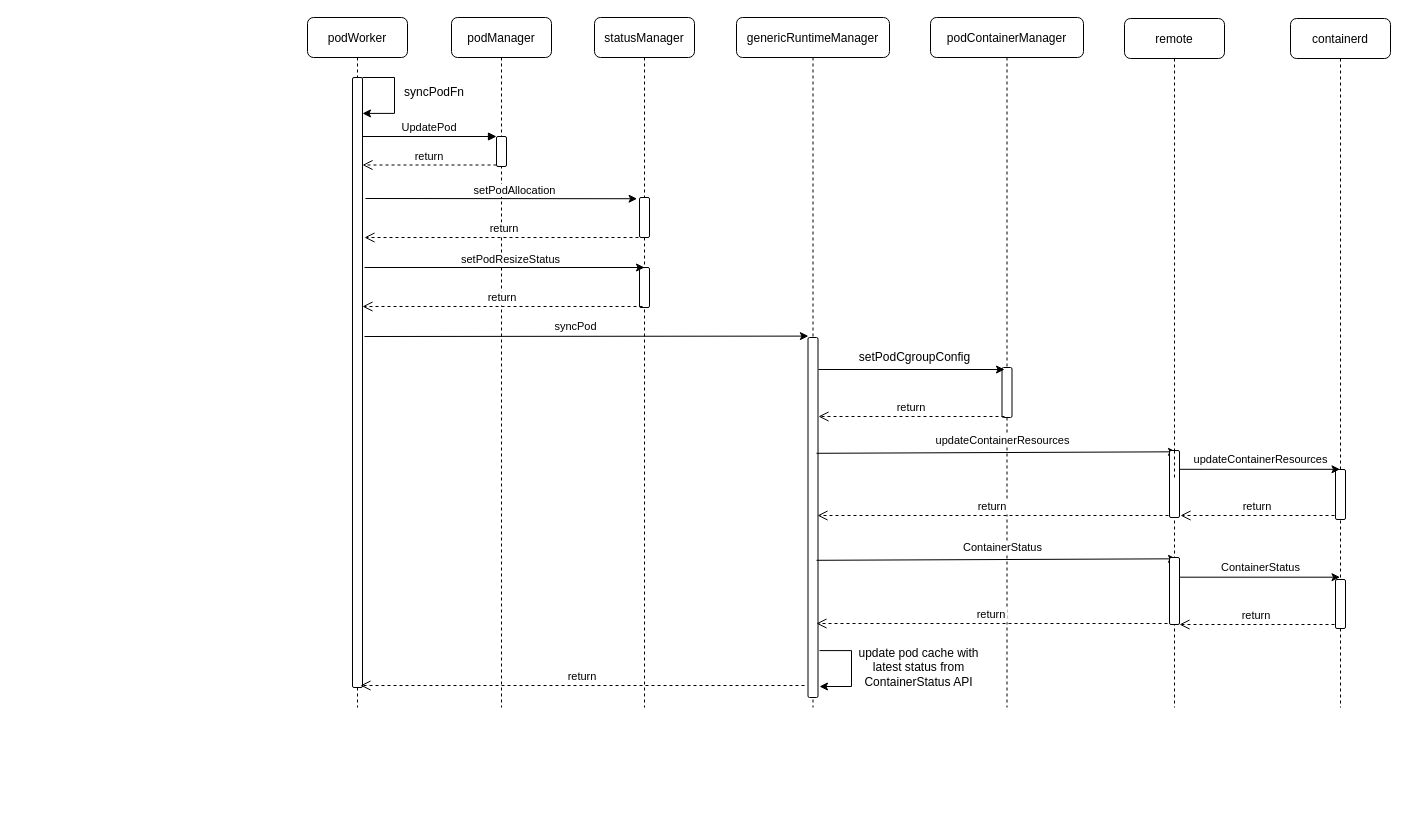
The draw.io diagram page "increase memory" (1 of 2) of worklog/Untitled Diagram.drawio in ichbinblau/OTC_Work_Log, before the edit. Source tidied: cells renumbered, new cells numbered last; positions are measured from the earlier drawing's top-left corner, leaving out a move shared by most shapes. Both pictures are drawn from the tidied source at 100%, with x=0, y=0 at pixel (307, 17).
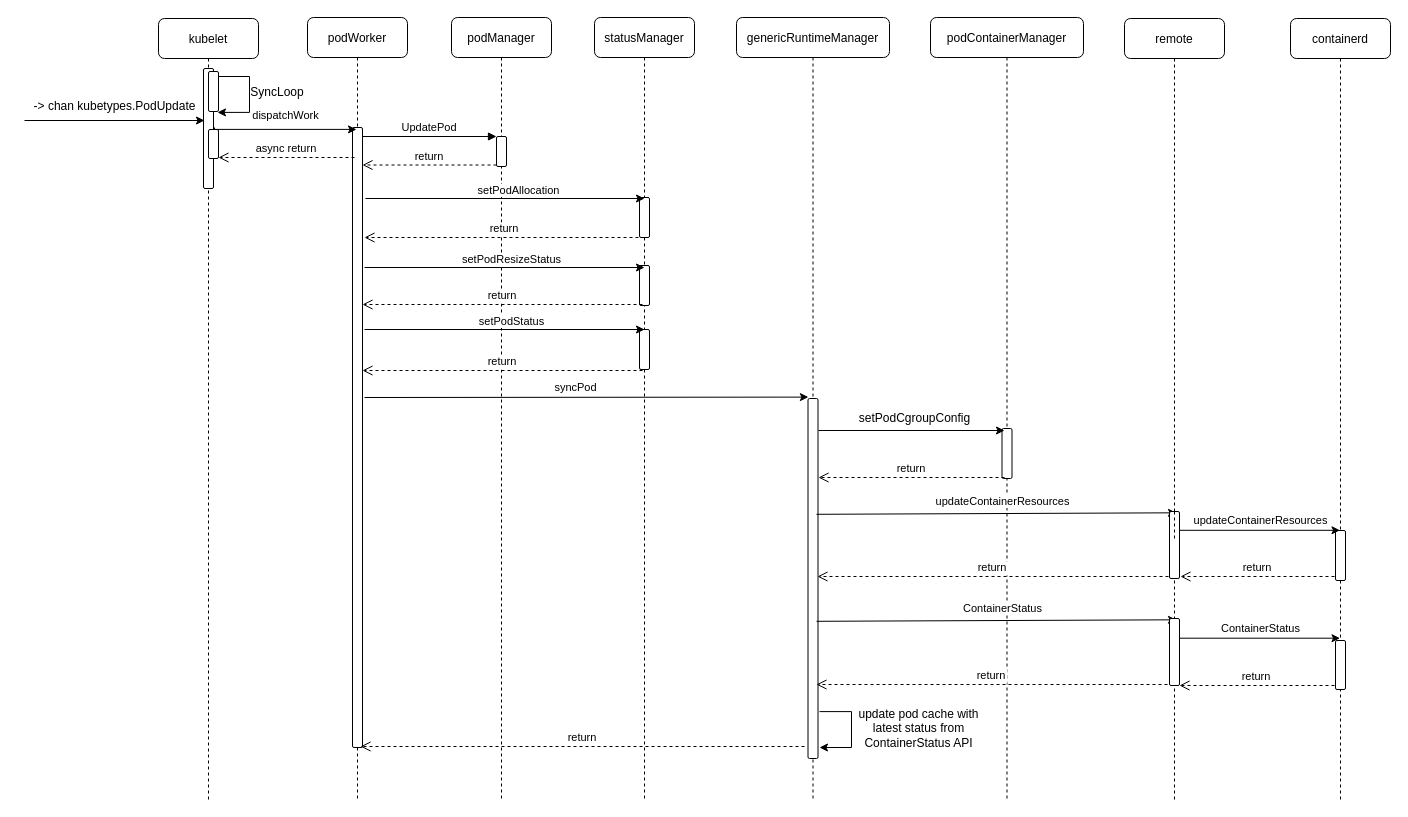
The same page after the edit.

The change refers to these unchanged cells:
```xml
<mxCell id="10" style="points=[];perimeter=orthogonalPerimeter;shadow=0;strokeWidth=1;rounded=1;" parent="9" vertex="1">
  <mxGeometry x="45" y="180" width="10" height="40" as="geometry" />
</mxCell>
```

The edit, as a diff of the source:
```diff
@@
     <mxCell id="2" value="podWorker" style="shape=umlLifeline;perimeter=lifelinePerimeter;shadow=0;strokeWidth=1;rounded=1;" parent="1" vertex="1">
-      <mxGeometry width="100" height="690" as="geometry" />
+      <mxGeometry width="100" height="782" as="geometry" />
     </mxCell>
     <mxCell id="3" style="perimeter=orthogonalPerimeter;shadow=0;strokeWidth=1;rounded=1;" parent="2" vertex="1">
-      <mxGeometry x="45" y="60" width="10" height="610" as="geometry" />
+      <mxGeometry x="45" y="110" width="10" height="620" as="geometry" />
     </mxCell>
-    <mxCell id="4" style="endArrow=classic;html=1;rounded=0;edgeStyle=orthogonalEdgeStyle;exitX=1.45;exitY=0.796;exitDx=0;exitDy=0;exitPerimeter=0;entryX=1.45;entryY=0.927;entryDx=0;entryDy=0;entryPerimeter=0;" parent="2" edge="1">
-      <mxGeometry relative="1" as="geometry">
-        <mxPoint x="55" y="60" as="sourcePoint" />
-        <mxPoint x="55" y="95.9" as="targetPoint" />
-        <Array as="points">
-          <mxPoint x="87" y="59.9" />
-          <mxPoint x="87" y="95.9" />
-        </Array>
-      </mxGeometry>
-    </mxCell>
+    <mxCell id="50" value="async return" style="verticalAlign=bottom;endArrow=open;dashed=1;endSize=8;shadow=0;strokeWidth=1;" parent="2" edge="1">
+      <mxGeometry relative="1" as="geometry">
+        <mxPoint x="47" y="140" as="sourcePoint" />
+        <mxPoint x="-89" y="140" as="targetPoint" />
+      </mxGeometry>
+    </mxCell>
     <mxCell id="5" value="podManager" style="shape=umlLifeline;perimeter=lifelinePerimeter;shadow=0;strokeWidth=1;rounded=1;" parent="1" vertex="1">
-      <mxGeometry x="144" width="100" height="690" as="geometry" />
+      <mxGeometry x="144" width="100" height="782" as="geometry" />
     </mxCell>
@@
     <mxCell id="9" value="statusManager" style="shape=umlLifeline;perimeter=lifelinePerimeter;shadow=0;strokeWidth=1;rounded=1;" parent="1" vertex="1">
-      <mxGeometry x="287" width="100" height="690" as="geometry" />
+      <mxGeometry x="287" width="100" height="782" as="geometry" />
     </mxCell>
@@
     <mxCell id="11" style="perimeter=orthogonalPerimeter;shadow=0;strokeWidth=1;rounded=1;" parent="9" vertex="1">
-      <mxGeometry x="45" y="250" width="10" height="40" as="geometry" />
+      <mxGeometry x="45" y="248" width="10" height="40" as="geometry" />
     </mxCell>
     <mxCell id="12" value="return" style="verticalAlign=bottom;endArrow=open;dashed=1;endSize=8;shadow=0;strokeWidth=1;" parent="9" edge="1">
       <mxGeometry relative="1" as="geometry">
-        <mxPoint x="48" y="289" as="sourcePoint" />
-        <mxPoint x="-232" y="289" as="targetPoint" />
+        <mxPoint x="48" y="287" as="sourcePoint" />
+        <mxPoint x="-232" y="287" as="targetPoint" />
       </mxGeometry>
     </mxCell>
     <mxCell id="13" value="return" style="verticalAlign=bottom;endArrow=open;dashed=1;endSize=8;shadow=0;strokeWidth=1;" parent="9" edge="1">
       <mxGeometry relative="1" as="geometry">
-        <mxPoint x="210" y="668" as="sourcePoint" />
-        <mxPoint x="-234" y="668" as="targetPoint" />
+        <mxPoint x="210" y="729" as="sourcePoint" />
+        <mxPoint x="-234" y="729" as="targetPoint" />
       </mxGeometry>
     </mxCell>
+    <mxCell id="51" style="perimeter=orthogonalPerimeter;shadow=0;strokeWidth=1;rounded=1;" parent="9" vertex="1">
+      <mxGeometry x="45" y="312" width="10" height="40" as="geometry" />
+    </mxCell>
+    <mxCell id="52" value="return" style="verticalAlign=bottom;endArrow=open;dashed=1;endSize=8;shadow=0;strokeWidth=1;" parent="9" edge="1">
+      <mxGeometry relative="1" as="geometry">
+        <mxPoint x="48" y="353" as="sourcePoint" />
+        <mxPoint x="-232" y="353" as="targetPoint" />
+      </mxGeometry>
+    </mxCell>
+    <mxCell id="53" style="endArrow=classic;html=1;" parent="9" edge="1">
+      <mxGeometry relative="1" as="geometry">
+        <mxPoint x="-230" y="312" as="sourcePoint" />
+        <mxPoint x="50" y="312" as="targetPoint" />
+      </mxGeometry>
+    </mxCell>
+    <mxCell id="54" value="setPodStatus" style="edgeLabel;html=1;align=center;verticalAlign=middle;rounded=1;" parent="53" vertex="1">
+      <mxGeometry x="0.09" y="1" relative="1" as="geometry">
+        <mxPoint x="-7" y="-8" as="offset" />
+      </mxGeometry>
+    </mxCell>
-    <mxCell id="14" style="endArrow=classic;html=1;entryX=-0.24;entryY=0.031;entryDx=0;entryDy=0;entryPerimeter=0;" parent="1" edge="1" target="10">
+    <mxCell id="14" style="endArrow=classic;html=1;" parent="1" edge="1">
       <mxGeometry relative="1" as="geometry">
         <mxPoint x="58" y="181" as="sourcePoint" />
+        <mxPoint x="337" y="181" as="targetPoint" />
       </mxGeometry>
     </mxCell>
@@
     <mxCell id="16" value="genericRuntimeManager" style="shape=umlLifeline;perimeter=lifelinePerimeter;shadow=0;strokeWidth=1;rounded=1;" parent="1" vertex="1">
-      <mxGeometry x="429" width="153" height="690" as="geometry" />
+      <mxGeometry x="429" width="153" height="782" as="geometry" />
     </mxCell>
     <mxCell id="17" style="perimeter=orthogonalPerimeter;shadow=0;strokeWidth=1;rounded=1;" parent="16" vertex="1">
-      <mxGeometry x="71.5" y="320" width="10" height="360" as="geometry" />
+      <mxGeometry x="71.5" y="381" width="10" height="360" as="geometry" />
     </mxCell>
     <mxCell id="18" style="endArrow=classic;html=1;rounded=0;edgeStyle=orthogonalEdgeStyle;exitX=1.45;exitY=0.796;exitDx=0;exitDy=0;exitPerimeter=0;entryX=1.45;entryY=0.927;entryDx=0;entryDy=0;entryPerimeter=0;" parent="16" edge="1">
       <mxGeometry relative="1" as="geometry">
-        <mxPoint x="83" y="633.1" as="sourcePoint" />
-        <mxPoint x="83" y="669" as="targetPoint" />
+        <mxPoint x="83" y="694.1" as="sourcePoint" />
+        <mxPoint x="83" y="730" as="targetPoint" />
         <Array as="points">
-          <mxPoint x="115" y="633" />
-          <mxPoint x="115" y="669" />
+          <mxPoint x="115" y="694" />
+          <mxPoint x="115" y="730" />
         </Array>
       </mxGeometry>
     </mxCell>
@@
     <mxCell id="20" style="endArrow=classic;html=1;entryX=0.47;entryY=0.58;entryDx=0;entryDy=0;entryPerimeter=0;" parent="1" edge="1">
       <mxGeometry relative="1" as="geometry">
-        <mxPoint x="57" y="319" as="sourcePoint" />
-        <mxPoint x="500.9" y="318.6" as="targetPoint" />
+        <mxPoint x="57" y="380" as="sourcePoint" />
+        <mxPoint x="500.9" y="379.6" as="targetPoint" />
       </mxGeometry>
     </mxCell>
@@
     <mxCell id="22" value="podContainerManager" style="shape=umlLifeline;perimeter=lifelinePerimeter;shadow=0;strokeWidth=1;rounded=1;" parent="1" vertex="1">
-      <mxGeometry x="623" width="153" height="690" as="geometry" />
+      <mxGeometry x="623" width="153" height="782" as="geometry" />
     </mxCell>
     <mxCell id="23" style="perimeter=orthogonalPerimeter;shadow=0;strokeWidth=1;rounded=1;" parent="22" vertex="1">
-      <mxGeometry x="71.5" y="350" width="10" height="50" as="geometry" />
+      <mxGeometry x="71.5" y="411" width="10" height="50" as="geometry" />
     </mxCell>
     <mxCell id="24" value="return" style="verticalAlign=bottom;endArrow=open;dashed=1;endSize=8;shadow=0;strokeWidth=1;" parent="22" edge="1">
       <mxGeometry relative="1" as="geometry">
-        <mxPoint x="74" y="399" as="sourcePoint" />
-        <mxPoint x="-112" y="399" as="targetPoint" />
+        <mxPoint x="74" y="460" as="sourcePoint" />
+        <mxPoint x="-112" y="460" as="targetPoint" />
       </mxGeometry>
     </mxCell>
     <mxCell id="25" value="return" style="verticalAlign=bottom;endArrow=open;dashed=1;endSize=8;shadow=0;strokeWidth=1;" parent="22" edge="1">
       <mxGeometry relative="1" as="geometry">
-        <mxPoint x="237" y="606" as="sourcePoint" />
-        <mxPoint x="-114" y="606" as="targetPoint" />
+        <mxPoint x="237" y="667" as="sourcePoint" />
+        <mxPoint x="-114" y="667" as="targetPoint" />
       </mxGeometry>
     </mxCell>
     <mxCell id="26" style="endArrow=classic;html=1;" parent="1" edge="1">
       <mxGeometry relative="1" as="geometry">
-        <mxPoint x="511" y="352" as="sourcePoint" />
-        <mxPoint x="697" y="352" as="targetPoint" />
+        <mxPoint x="511" y="413" as="sourcePoint" />
+        <mxPoint x="697" y="413" as="targetPoint" />
       </mxGeometry>
     </mxCell>
     <mxCell id="27" value="setPodCgroupConfig" style="text;html=1;align=center;verticalAlign=middle;strokeColor=none;fillColor=none;rounded=1;" parent="1" vertex="1">
-      <mxGeometry x="542" y="330" width="130" height="20" as="geometry" />
+      <mxGeometry x="542" y="391" width="130" height="20" as="geometry" />
     </mxCell>
     <mxCell id="28" value="remote" style="shape=umlLifeline;perimeter=lifelinePerimeter;shadow=0;strokeWidth=1;rounded=1;" parent="1" vertex="1">
-      <mxGeometry x="817" y="1" width="100" height="689" as="geometry" />
+      <mxGeometry x="817" y="1" width="100" height="781" as="geometry" />
     </mxCell>
     <mxCell id="29" value="return" style="verticalAlign=bottom;endArrow=open;dashed=1;endSize=8;shadow=0;strokeWidth=1;" parent="28" edge="1">
       <mxGeometry relative="1" as="geometry">
-        <mxPoint x="44" y="497" as="sourcePoint" />
-        <mxPoint x="-307" y="497" as="targetPoint" />
+        <mxPoint x="44" y="558" as="sourcePoint" />
+        <mxPoint x="-307" y="558" as="targetPoint" />
       </mxGeometry>
     </mxCell>
     <mxCell id="30" style="endArrow=classic;html=1;exitX=0.523;exitY=0.823;exitDx=0;exitDy=0;exitPerimeter=0;entryX=0.52;entryY=0.631;entryDx=0;entryDy=0;entryPerimeter=0;" parent="1" edge="1">
       <mxGeometry relative="1" as="geometry">
-        <mxPoint x="509" y="435.8" as="sourcePoint" />
-        <mxPoint x="869" y="434.3" as="targetPoint" />
+        <mxPoint x="509" y="496.8" as="sourcePoint" />
+        <mxPoint x="869" y="495.3" as="targetPoint" />
       </mxGeometry>
     </mxCell>
@@
     <mxCell id="32" style="points=[];perimeter=orthogonalPerimeter;shadow=0;strokeWidth=1;rounded=1;" parent="1" vertex="1">
-      <mxGeometry x="862" y="433" width="10" height="67" as="geometry" />
+      <mxGeometry x="862" y="494" width="10" height="67" as="geometry" />
     </mxCell>
     <mxCell id="33" style="verticalAlign=bottom;endArrow=none;dashed=1;endSize=8;shadow=0;strokeWidth=1;" parent="1" edge="1" target="32">
       <mxGeometry relative="1" as="geometry">
-        <mxPoint x="867" y="460" as="sourcePoint" />
+        <mxPoint x="867" y="521" as="sourcePoint" />
       </mxGeometry>
     </mxCell>
     <mxCell id="34" value="containerd" style="shape=umlLifeline;perimeter=lifelinePerimeter;shadow=0;strokeWidth=1;rounded=1;" parent="1" vertex="1">
-      <mxGeometry x="983" y="1" width="100" height="689" as="geometry" />
+      <mxGeometry x="983" y="1" width="100" height="781" as="geometry" />
     </mxCell>
     <mxCell id="35" style="perimeter=orthogonalPerimeter;shadow=0;strokeWidth=1;rounded=1;" parent="34" vertex="1">
-      <mxGeometry x="45" y="451" width="10" height="50" as="geometry" />
+      <mxGeometry x="45" y="512" width="10" height="50" as="geometry" />
     </mxCell>
     <mxCell id="36" value="return" style="verticalAlign=bottom;endArrow=open;dashed=1;endSize=8;shadow=0;strokeWidth=1;" parent="34" edge="1">
       <mxGeometry relative="1" as="geometry">
-        <mxPoint x="44" y="497" as="sourcePoint" />
-        <mxPoint x="-110" y="497" as="targetPoint" />
+        <mxPoint x="44" y="558" as="sourcePoint" />
+        <mxPoint x="-110" y="558" as="targetPoint" />
       </mxGeometry>
     </mxCell>
     <mxCell id="37" style="perimeter=orthogonalPerimeter;shadow=0;strokeWidth=1;rounded=1;" parent="34" vertex="1">
-      <mxGeometry x="45" y="561" width="10" height="49" as="geometry" />
+      <mxGeometry x="45" y="622" width="10" height="49" as="geometry" />
     </mxCell>
     <mxCell id="38" style="endArrow=classic;html=1;exitX=0.552;exitY=0.676;exitDx=0;exitDy=0;exitPerimeter=0;" parent="1" edge="1">
       <mxGeometry relative="1" as="geometry">
-        <mxPoint x="872.2" y="451.8" as="sourcePoint" />
-        <mxPoint x="1032.5" y="451.8" as="targetPoint" />
+        <mxPoint x="872.2" y="512.8" as="sourcePoint" />
+        <mxPoint x="1032.5" y="512.8" as="targetPoint" />
       </mxGeometry>
     </mxCell>
     <mxCell id="39" value="updateContainerResources" style="edgeLabel;html=1;align=center;verticalAlign=middle;rounded=1;" parent="1" vertex="1">
-      <mxGeometry x="952" y="441.2" as="geometry" />
+      <mxGeometry x="952" y="502.2" as="geometry" />
     </mxCell>
     <mxCell id="40" value="update pod cache with latest status from ContainerStatus API" style="text;html=1;strokeColor=none;fillColor=none;align=center;verticalAlign=middle;whiteSpace=wrap;rounded=0;" parent="1" vertex="1">
-      <mxGeometry x="541" y="635" width="141" height="30" as="geometry" />
+      <mxGeometry x="541" y="696" width="141" height="30" as="geometry" />
     </mxCell>
     <mxCell id="41" style="endArrow=classic;html=1;exitX=0.523;exitY=0.823;exitDx=0;exitDy=0;exitPerimeter=0;entryX=0.52;entryY=0.631;entryDx=0;entryDy=0;entryPerimeter=0;" parent="1" edge="1">
       <mxGeometry relative="1" as="geometry">
-        <mxPoint x="509" y="542.8" as="sourcePoint" />
-        <mxPoint x="869" y="541.3" as="targetPoint" />
+        <mxPoint x="509" y="603.8" as="sourcePoint" />
+        <mxPoint x="869" y="602.3" as="targetPoint" />
       </mxGeometry>
     </mxCell>
@@
     <mxCell id="43" style="perimeter=orthogonalPerimeter;shadow=0;strokeWidth=1;rounded=1;" parent="1" vertex="1">
-      <mxGeometry x="862" y="540" width="10" height="67" as="geometry" />
+      <mxGeometry x="862" y="601" width="10" height="67" as="geometry" />
     </mxCell>
     <mxCell id="44" style="endArrow=classic;html=1;exitX=0.552;exitY=0.676;exitDx=0;exitDy=0;exitPerimeter=0;" parent="1" edge="1">
       <mxGeometry relative="1" as="geometry">
-        <mxPoint x="872.2" y="559.7" as="sourcePoint" />
-        <mxPoint x="1032.5" y="559.7" as="targetPoint" />
+        <mxPoint x="872.2" y="620.7" as="sourcePoint" />
+        <mxPoint x="1032.5" y="620.7" as="targetPoint" />
       </mxGeometry>
     </mxCell>
@@
     <mxCell id="46" value="return" style="verticalAlign=bottom;endArrow=open;dashed=1;endSize=8;shadow=0;strokeWidth=1;" parent="1" edge="1">
       <mxGeometry relative="1" as="geometry">
-        <mxPoint x="1027" y="607" as="sourcePoint" />
-        <mxPoint x="872" y="607" as="targetPoint" />
+        <mxPoint x="1027" y="668" as="sourcePoint" />
+        <mxPoint x="872" y="668" as="targetPoint" />
       </mxGeometry>
     </mxCell>
@@
-    <mxCell id="49" value="syncPodFn" style="text;html=1;strokeColor=none;fillColor=none;align=center;verticalAlign=middle;whiteSpace=wrap;rounded=0;" parent="1" vertex="1">
-      <mxGeometry x="77" y="60" width="100" height="30" as="geometry" />
-    </mxCell>
+    <mxCell id="55" value="kubelet" style="shape=umlLifeline;perimeter=lifelinePerimeter;shadow=0;strokeWidth=1;rounded=1;" parent="1" vertex="1">
+      <mxGeometry x="-149" y="1" width="100" height="781" as="geometry" />
+    </mxCell>
+    <mxCell id="56" style="perimeter=orthogonalPerimeter;shadow=0;strokeWidth=1;rounded=1;" parent="55" vertex="1">
+      <mxGeometry x="45" y="50" width="10" height="120" as="geometry" />
+    </mxCell>
+    <mxCell id="57" style="endArrow=classic;html=1;rounded=0;edgeStyle=orthogonalEdgeStyle;exitX=1.45;exitY=0.796;exitDx=0;exitDy=0;exitPerimeter=0;entryX=1.45;entryY=0.927;entryDx=0;entryDy=0;entryPerimeter=0;" parent="55" edge="1">
+      <mxGeometry relative="1" as="geometry">
+        <mxPoint x="59" y="58" as="sourcePoint" />
+        <mxPoint x="59" y="93.9" as="targetPoint" />
+        <Array as="points">
+          <mxPoint x="91" y="58" />
+          <mxPoint x="91" y="94" />
+        </Array>
+      </mxGeometry>
+    </mxCell>
+    <mxCell id="58" style="perimeter=orthogonalPerimeter;shadow=0;strokeWidth=1;rounded=1;" parent="55" vertex="1">
+      <mxGeometry x="50" y="53" width="10" height="40" as="geometry" />
+    </mxCell>
+    <mxCell id="59" style="perimeter=orthogonalPerimeter;shadow=0;strokeWidth=1;rounded=1;" parent="55" vertex="1">
+      <mxGeometry x="50" y="111" width="10" height="29" as="geometry" />
+    </mxCell>
+    <mxCell id="60" value="SyncLoop" style="text;html=1;strokeColor=none;fillColor=none;align=center;verticalAlign=middle;whiteSpace=wrap;rounded=0;" parent="1" vertex="1">
+      <mxGeometry x="-60" y="60" width="60" height="30" as="geometry" />
+    </mxCell>
+    <mxCell id="61" style="endArrow=classic;html=1;rounded=0;edgeStyle=orthogonalEdgeStyle;" parent="1" edge="1">
+      <mxGeometry relative="1" as="geometry">
+        <mxPoint x="-283" y="103" as="sourcePoint" />
+        <mxPoint x="-103" y="103" as="targetPoint" />
+      </mxGeometry>
+    </mxCell>
+    <mxCell id="62" value="-&amp;gt; chan kubetypes.PodUpdate" style="text;html=1;align=center;verticalAlign=middle;strokeColor=none;fillColor=none;" parent="1" vertex="1">
+      <mxGeometry x="-283" y="79" width="180" height="20" as="geometry" />
+    </mxCell>
+    <mxCell id="63" style="endArrow=classic;html=1;rounded=0;edgeStyle=orthogonalEdgeStyle;entryX=0.49;entryY=0.168;entryDx=0;entryDy=0;entryPerimeter=0;" parent="1" edge="1">
+      <mxGeometry relative="1" as="geometry">
+        <mxPoint x="-93" y="110" as="sourcePoint" />
+        <mxPoint x="49" y="111.9" as="targetPoint" />
+        <Array as="points">
+          <mxPoint x="-93" y="112" />
+        </Array>
+      </mxGeometry>
+    </mxCell>
+    <mxCell id="64" value="dispatchWork" style="edgeLabel;html=1;align=center;verticalAlign=middle;" parent="63" vertex="1">
+      <mxGeometry x="0.65" y="-1" relative="1" as="geometry">
+        <mxPoint x="-47" y="-15" as="offset" />
+      </mxGeometry>
+    </mxCell>
```
